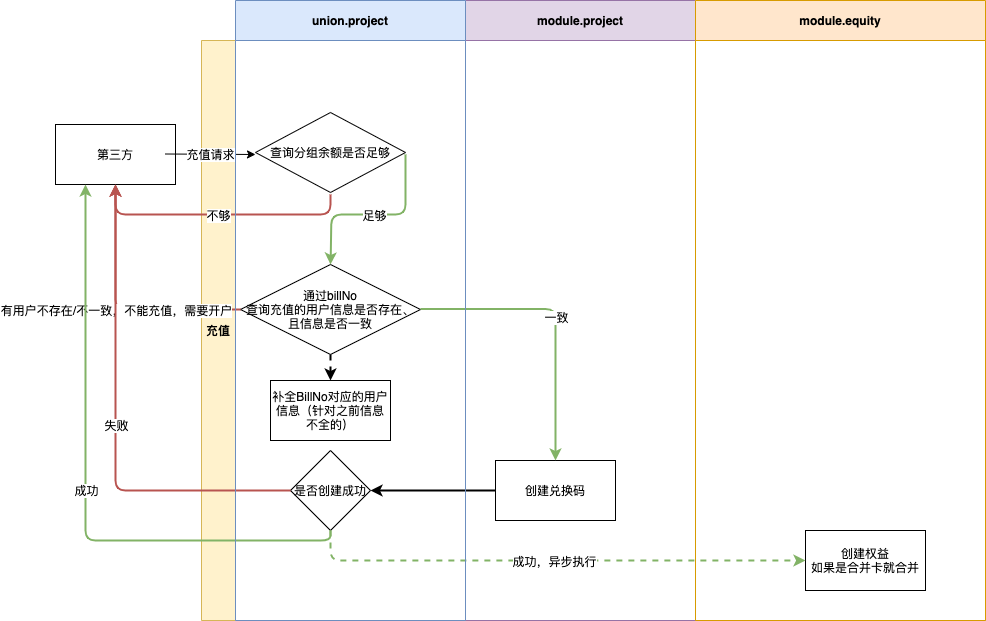
zuoqiang320/uniondrug keeps this draw.io diagram as 充值.png. Above is the earlier version. Source tidied: cells renumbered, new cells last; positions are measured from the earlier drawing's top-left corner, leaving out a move shared by most shapes. Source of this version:
```xml
<mxGraphModel>
  <root>
    <mxCell id="0" />
    <mxCell id="1" parent="0" />
    <mxCell id="2" value="创建兑换码" style="rounded=0;whiteSpace=wrap;html=1;startSize=34;strokeWidth=1;" parent="1" vertex="1">
      <mxGeometry x="440" y="460" width="120" height="60" as="geometry" />
    </mxCell>
    <mxCell id="3" value="&lt;span&gt;查询分组余额是否足够&lt;/span&gt;" style="rhombus;whiteSpace=wrap;html=1;startSize=34;" parent="1" vertex="1">
      <mxGeometry x="200" y="112" width="150" height="80" as="geometry" />
    </mxCell>
    <mxCell id="4" value="通过billNo&lt;br&gt;查询充值的用户信息是否存在、且信息是否一致" style="rhombus;whiteSpace=wrap;html=1;startSize=34;" parent="1" vertex="1">
      <mxGeometry x="185" y="264" width="180" height="90" as="geometry" />
    </mxCell>
    <mxCell id="5" style="endArrow=classic;html=1;exitX=1;exitY=0.5;exitDx=0;exitDy=0;entryX=0.5;entryY=0;entryDx=0;entryDy=0;fillColor=#d5e8d4;strokeColor=#82b366;strokeWidth=2;" parent="1" edge="1" target="4">
      <mxGeometry relative="1" as="geometry">
        <mxPoint x="350" y="154" as="sourcePoint" />
        <Array as="points">
          <mxPoint x="350" y="184" />
          <mxPoint x="350" y="214" />
          <mxPoint x="276" y="214" />
        </Array>
      </mxGeometry>
    </mxCell>
    <mxCell id="6" value="足够" style="edgeLabel;html=1;align=center;verticalAlign=middle;" parent="5" vertex="1">
      <mxGeometry relative="1" as="geometry" />
    </mxCell>
    <mxCell id="7" value="补全BillNo对应的用户信息（针对之前信息不全的）" style="rounded=0;whiteSpace=wrap;html=1;startSize=34;strokeWidth=1;" parent="1" vertex="1">
      <mxGeometry x="215" y="380" width="120" height="60" as="geometry" />
    </mxCell>
    <mxCell id="8" style="endArrow=classic;html=1;dashed=1;strokeWidth=2;exitX=0.5;exitY=1;exitDx=0;exitDy=0;entryX=0.5;entryY=0;entryDx=0;entryDy=0;" parent="1" edge="1" source="4" target="7">
      <mxGeometry relative="1" as="geometry" />
    </mxCell>
    <mxCell id="9" style="endArrow=classic;html=1;strokeWidth=2;fillColor=#d5e8d4;strokeColor=#82b366;entryX=0.5;entryY=0;entryDx=0;entryDy=0;edgeStyle=elbowEdgeStyle;" parent="1" edge="1" target="2">
      <mxGeometry relative="1" as="geometry">
        <mxPoint x="365" y="308.5" as="sourcePoint" />
        <Array as="points">
          <mxPoint x="500" y="390" />
        </Array>
      </mxGeometry>
    </mxCell>
    <mxCell id="10" value="一致" style="edgeLabel;html=1;align=center;verticalAlign=middle;" parent="9" vertex="1">
      <mxGeometry relative="1" as="geometry" />
    </mxCell>
    <mxCell id="11" value="是否创建成功" style="rhombus;whiteSpace=wrap;html=1;startSize=34;strokeWidth=1;" parent="1" vertex="1">
      <mxGeometry x="235" y="450" width="80" height="80" as="geometry" />
    </mxCell>
    <mxCell id="12" style="edgeStyle=elbowEdgeStyle;rounded=0;jettySize=auto;html=1;exitX=0;exitY=0.5;exitDx=0;exitDy=0;entryX=1;entryY=0.5;entryDx=0;entryDy=0;startSize=34;strokeWidth=2;" parent="1" edge="1" source="2" target="11">
      <mxGeometry relative="1" as="geometry" />
    </mxCell>
    <mxCell id="13" value="充值" style="swimlane;direction=north;fillColor=#fff2cc;strokeColor=#d6b656;startSize=34;verticalAlign=middle;" parent="1" vertex="1">
      <mxGeometry x="146" y="40" width="784" height="580" as="geometry" />
    </mxCell>
    <mxCell id="14" value="创建权益&lt;br&gt;如果是合并卡就合并" style="rounded=0;whiteSpace=wrap;html=1;startSize=34;strokeWidth=1;" parent="13" vertex="1">
      <mxGeometry x="604" y="490" width="120" height="60" as="geometry" />
    </mxCell>
    <mxCell id="15" value="第三方" style="whiteSpace=wrap;html=1;align=center;newEdgeStyle={&quot;edgeStyle&quot;:&quot;elbowEdgeStyle&quot;,&quot;startArrow&quot;:&quot;none&quot;,&quot;endArrow&quot;:&quot;none&quot;};" parent="1" vertex="1">
      <mxGeometry y="124" width="120" height="60" as="geometry" />
    </mxCell>
    <mxCell id="16" style="endArrow=classic;html=1;entryX=0;entryY=0.5;entryDx=0;entryDy=0;" parent="1" edge="1">
      <mxGeometry relative="1" as="geometry">
        <mxPoint x="110" y="153.5" as="sourcePoint" />
        <mxPoint x="200" y="154" as="targetPoint" />
      </mxGeometry>
    </mxCell>
    <mxCell id="17" value="充值请求" style="edgeLabel;html=1;align=center;verticalAlign=middle;" parent="16" vertex="1">
      <mxGeometry relative="1" as="geometry" />
    </mxCell>
    <mxCell id="18" style="endArrow=classic;html=1;entryX=0.5;entryY=1;entryDx=0;entryDy=0;exitX=0.5;exitY=1;exitDx=0;exitDy=0;fillColor=#f8cecc;strokeColor=#b85450;strokeWidth=2;" parent="1" edge="1" target="15">
      <mxGeometry relative="1" as="geometry">
        <mxPoint x="275" y="194" as="sourcePoint" />
        <Array as="points">
          <mxPoint x="275" y="214" />
          <mxPoint x="210" y="214" />
          <mxPoint x="60" y="214" />
        </Array>
      </mxGeometry>
    </mxCell>
    <mxCell id="19" value="不够" style="edgeLabel;html=1;align=center;verticalAlign=middle;" parent="18" vertex="1">
      <mxGeometry relative="1" as="geometry" />
    </mxCell>
    <mxCell id="20" style="endArrow=classic;html=1;exitX=0;exitY=0.5;exitDx=0;exitDy=0;entryX=0.5;entryY=1;entryDx=0;entryDy=0;fillColor=#f8cecc;strokeColor=#b85450;strokeWidth=2;" parent="1" edge="1" source="4" target="15">
      <mxGeometry relative="1" as="geometry">
        <Array as="points">
          <mxPoint x="60" y="309" />
        </Array>
      </mxGeometry>
    </mxCell>
    <mxCell id="21" value="有用户不存在/不一致，不能充值，需要开户" style="edgeLabel;html=1;align=center;verticalAlign=middle;" parent="20" vertex="1">
      <mxGeometry relative="1" as="geometry" />
    </mxCell>
    <mxCell id="22" style="endArrow=classic;html=1;strokeWidth=2;exitX=0.5;exitY=1;exitDx=0;exitDy=0;entryX=0;entryY=0.5;entryDx=0;entryDy=0;edgeStyle=orthogonalEdgeStyle;fillColor=#d5e8d4;strokeColor=#82b366;dashed=1;" parent="1" edge="1" source="11" target="14">
      <mxGeometry relative="1" as="geometry" />
    </mxCell>
    <mxCell id="23" value="成功，异步执行" style="edgeLabel;html=1;align=center;verticalAlign=middle;" parent="22" vertex="1">
      <mxGeometry relative="1" as="geometry" />
    </mxCell>
    <mxCell id="24" style="endArrow=classic;html=1;strokeWidth=2;exitX=0;exitY=0.5;exitDx=0;exitDy=0;entryX=0.5;entryY=1;entryDx=0;entryDy=0;edgeStyle=orthogonalEdgeStyle;fillColor=#f8cecc;strokeColor=#b85450;" parent="1" edge="1" source="11" target="15">
      <mxGeometry relative="1" as="geometry" />
    </mxCell>
    <mxCell id="25" value="失败" style="edgeLabel;html=1;align=center;verticalAlign=middle;" parent="24" vertex="1">
      <mxGeometry relative="1" as="geometry" />
    </mxCell>
    <mxCell id="26" style="endArrow=classic;html=1;strokeWidth=2;exitX=0.5;exitY=1;exitDx=0;exitDy=0;entryX=0.25;entryY=1;entryDx=0;entryDy=0;fillColor=#d5e8d4;strokeColor=#82b366;edgeStyle=orthogonalEdgeStyle;" parent="1" edge="1" source="11" target="15">
      <mxGeometry relative="1" as="geometry" />
    </mxCell>
    <mxCell id="27" value="成功" style="edgeLabel;html=1;align=center;verticalAlign=middle;" parent="26" vertex="1">
      <mxGeometry relative="1" as="geometry" />
    </mxCell>
    <mxCell id="28" value="module.project" style="swimlane;startSize=40;fillColor=#e1d5e7;strokeColor=#9673a6;strokeWidth=1;" parent="1" vertex="1">
      <mxGeometry x="410" width="230" height="620" as="geometry" />
    </mxCell>
    <mxCell id="29" value="module.equity" style="swimlane;startSize=40;fillColor=#ffe6cc;strokeColor=#d79b00;" parent="1" vertex="1">
      <mxGeometry x="640" width="290" height="620" as="geometry" />
    </mxCell>
    <mxCell id="30" value="union.project" style="swimlane;startSize=40;fillColor=#dae8fc;strokeColor=#6c8ebf;" parent="1" vertex="1">
      <mxGeometry x="180" width="230" height="620" as="geometry" />
    </mxCell>
  </root>
</mxGraphModel>
```
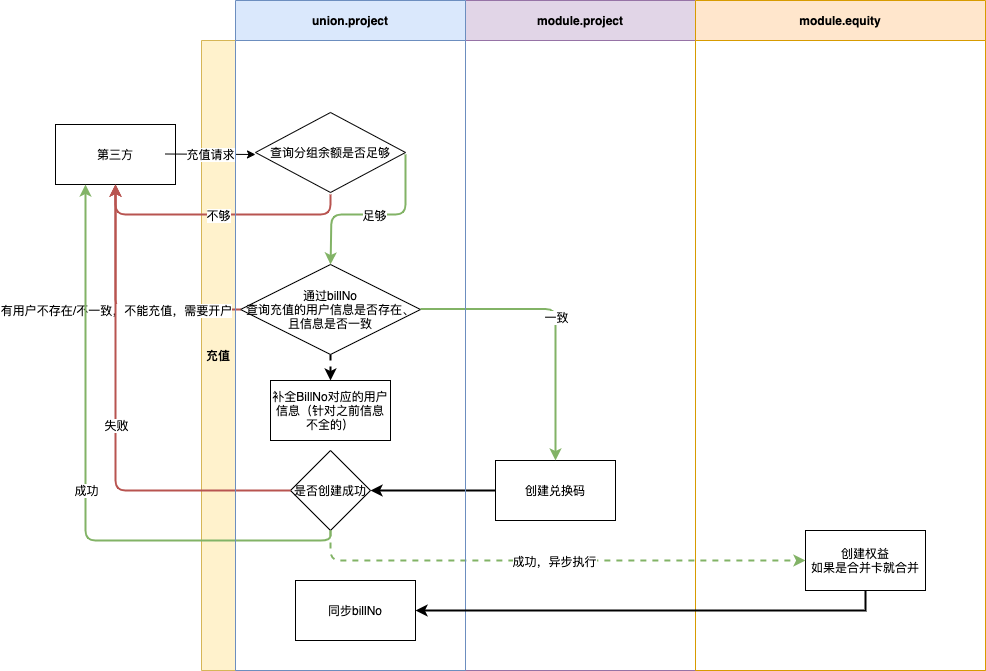
Above is the later version.

What changed in the source:
```diff
@@ -48,7 +48,7 @@
       <mxGeometry relative="1" as="geometry" />
     </mxCell>
     <mxCell id="13" value="充值" style="swimlane;direction=north;fillColor=#fff2cc;strokeColor=#d6b656;startSize=34;verticalAlign=middle;" parent="1" vertex="1">
-      <mxGeometry x="146" y="40" width="784" height="580" as="geometry" />
+      <mxGeometry x="146" y="40" width="784" height="630" as="geometry" />
     </mxCell>
     <mxCell id="14" value="创建权益&lt;br&gt;如果是合并卡就合并" style="rounded=0;whiteSpace=wrap;html=1;startSize=34;strokeWidth=1;" parent="13" vertex="1">
       <mxGeometry x="604" y="490" width="120" height="60" as="geometry" />
@@ -107,13 +107,19 @@
       <mxGeometry relative="1" as="geometry" />
     </mxCell>
     <mxCell id="28" value="module.project" style="swimlane;startSize=40;fillColor=#e1d5e7;strokeColor=#9673a6;strokeWidth=1;" parent="1" vertex="1">
-      <mxGeometry x="410" width="230" height="620" as="geometry" />
+      <mxGeometry x="410" width="230" height="670" as="geometry" />
     </mxCell>
     <mxCell id="29" value="module.equity" style="swimlane;startSize=40;fillColor=#ffe6cc;strokeColor=#d79b00;" parent="1" vertex="1">
-      <mxGeometry x="640" width="290" height="620" as="geometry" />
+      <mxGeometry x="640" width="290" height="670" as="geometry" />
     </mxCell>
     <mxCell id="30" value="union.project" style="swimlane;startSize=40;fillColor=#dae8fc;strokeColor=#6c8ebf;" parent="1" vertex="1">
-      <mxGeometry x="180" width="230" height="620" as="geometry" />
+      <mxGeometry x="180" width="230" height="670" as="geometry" />
     </mxCell>
+    <mxCell id="31" value="同步billNo" style="rounded=0;whiteSpace=wrap;html=1;" parent="30" vertex="1">
+      <mxGeometry x="60" y="580" width="120" height="60" as="geometry" />
+    </mxCell>
+    <mxCell id="32" style="edgeStyle=orthogonalEdgeStyle;rounded=0;jettySize=auto;html=1;exitX=0.5;exitY=1;exitDx=0;exitDy=0;strokeWidth=2;" parent="1" edge="1" source="14" target="31">
+      <mxGeometry relative="1" as="geometry" />
+    </mxCell>
   </root>
 </mxGraphModel>
```
